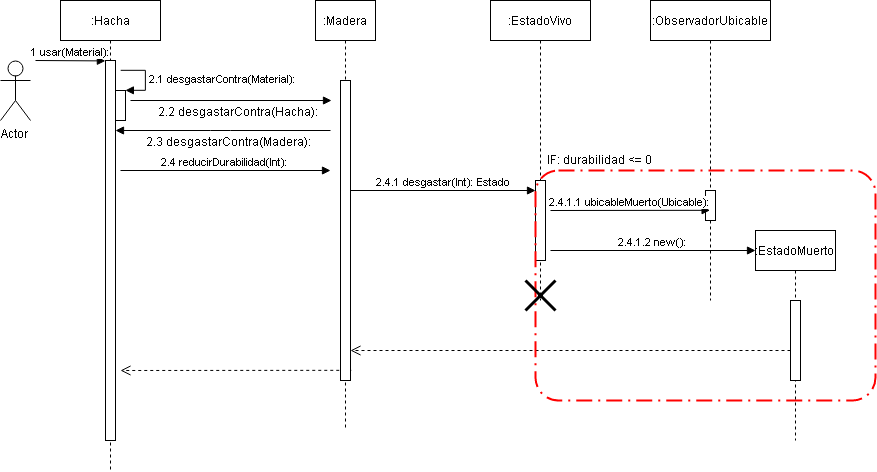
Earlier version of the draw.io export Diagramas UML/secuenciaUsarHachaEnMadera.png (martinaAgata/AlgoCraft). Source tidied: cells renumbered, new cells last; positions are measured from the earlier drawing's top-left corner, leaving out a move shared by most shapes. The source it was exported from:
```xml
<mxGraphModel>
  <root>
    <mxCell id="0" />
    <mxCell id="1" parent="0" />
    <mxCell id="2" value="Actor" style="shape=umlActor;verticalLabelPosition=bottom;labelBackgroundColor=#ffffff;verticalAlign=top;html=1;" parent="1" vertex="1">
      <mxGeometry y="60" width="30" height="60" as="geometry" />
    </mxCell>
    <mxCell id="3" value=":Hacha" style="shape=umlLifeline;perimeter=lifelinePerimeter;whiteSpace=wrap;html=1;" parent="1" vertex="1">
      <mxGeometry x="60" width="100" height="470" as="geometry" />
    </mxCell>
    <mxCell id="4" style="html=1;points=[];perimeter=orthogonalPerimeter;" parent="3" vertex="1">
      <mxGeometry x="45" y="60" width="10" height="380" as="geometry" />
    </mxCell>
    <mxCell id="5" value="1 usar(Material):" style="html=1;verticalAlign=bottom;endArrow=block;entryX=0;entryY=0;" parent="3" edge="1" target="4">
      <mxGeometry relative="1" as="geometry">
        <mxPoint x="-25" y="60" as="sourcePoint" />
      </mxGeometry>
    </mxCell>
    <mxCell id="6" style="html=1;points=[];perimeter=orthogonalPerimeter;" parent="3" vertex="1">
      <mxGeometry x="55" y="90" width="10" height="30" as="geometry" />
    </mxCell>
    <mxCell id="7" value="2.1 desgastarContra(Material):" style="edgeStyle=orthogonalEdgeStyle;html=1;align=left;spacingLeft=2;endArrow=block;rounded=0;entryX=1;entryY=0;" parent="3" edge="1" target="6">
      <mxGeometry relative="1" as="geometry">
        <mxPoint x="60" y="70" as="sourcePoint" />
        <Array as="points">
          <mxPoint x="85" y="70" />
        </Array>
      </mxGeometry>
    </mxCell>
    <mxCell id="8" style="html=1;verticalAlign=bottom;endArrow=block;" parent="3" edge="1">
      <mxGeometry relative="1" as="geometry">
        <mxPoint x="70" y="100" as="sourcePoint" />
        <mxPoint x="271" y="100" as="targetPoint" />
      </mxGeometry>
    </mxCell>
    <mxCell id="9" value="2.2 desgastarContra(Hacha):" style="text;html=1;align=center;verticalAlign=middle;labelBackgroundColor=#ffffff;" parent="8" vertex="1">
      <mxGeometry x="-0.39" y="4" relative="1" as="geometry">
        <mxPoint x="46" y="14.5" as="offset" />
      </mxGeometry>
    </mxCell>
    <mxCell id="10" value="2.4 reducirDurabilidad(Int):" style="html=1;verticalAlign=bottom;endArrow=block;" parent="3" edge="1">
      <mxGeometry relative="1" as="geometry">
        <mxPoint x="60" y="170" as="sourcePoint" />
        <mxPoint x="270" y="170" as="targetPoint" />
      </mxGeometry>
    </mxCell>
    <mxCell id="11" style="html=1;verticalAlign=bottom;endArrow=open;dashed=1;endSize=8;exitX=1.033;exitY=0.967;exitDx=0;exitDy=0;exitPerimeter=0;" parent="3" edge="1" source="13">
      <mxGeometry relative="1" as="geometry">
        <mxPoint x="60" y="370" as="targetPoint" />
      </mxGeometry>
    </mxCell>
    <mxCell id="12" value=":Madera" style="shape=umlLifeline;perimeter=lifelinePerimeter;whiteSpace=wrap;html=1;" parent="1" vertex="1">
      <mxGeometry x="315" width="60" height="430" as="geometry" />
    </mxCell>
    <mxCell id="13" style="html=1;points=[];perimeter=orthogonalPerimeter;" parent="12" vertex="1">
      <mxGeometry x="25" y="80" width="10" height="300" as="geometry" />
    </mxCell>
    <mxCell id="14" value="2.4.1 desgastar(Int): Estado" style="html=1;verticalAlign=bottom;endArrow=block;" parent="12" edge="1" target="19">
      <mxGeometry relative="1" as="geometry">
        <mxPoint x="35" y="190" as="sourcePoint" />
      </mxGeometry>
    </mxCell>
    <mxCell id="15" style="html=1;verticalAlign=bottom;endArrow=open;dashed=1;endSize=8;" parent="12" edge="1" source="24">
      <mxGeometry relative="1" as="geometry">
        <mxPoint x="35" y="350" as="targetPoint" />
      </mxGeometry>
    </mxCell>
    <mxCell id="16" style="html=1;verticalAlign=bottom;endArrow=block;" parent="1" edge="1" target="4">
      <mxGeometry x="0.02" y="100" relative="1" as="geometry">
        <mxPoint x="330" y="130" as="sourcePoint" />
        <Array as="points">
          <mxPoint x="220" y="130" />
        </Array>
      </mxGeometry>
    </mxCell>
    <mxCell id="17" value="2.3 desgastarContra(Madera):" style="text;html=1;align=center;verticalAlign=middle;labelBackgroundColor=#ffffff;" parent="16" vertex="1">
      <mxGeometry x="0.57" y="2" relative="1" as="geometry">
        <mxPoint x="67" y="8" as="offset" />
      </mxGeometry>
    </mxCell>
    <mxCell id="18" value=":EstadoVivo&lt;br&gt;" style="shape=umlLifeline;perimeter=lifelinePerimeter;whiteSpace=wrap;html=1;" parent="1" vertex="1">
      <mxGeometry x="490" width="100" height="300" as="geometry" />
    </mxCell>
    <mxCell id="19" style="html=1;points=[];perimeter=orthogonalPerimeter;" parent="18" vertex="1">
      <mxGeometry x="45" y="180" width="10" height="80" as="geometry" />
    </mxCell>
    <mxCell id="20" style="rounded=1;arcSize=10;dashed=1;strokeColor=#FF0000;fillColor=none;gradientColor=none;dashPattern=8 3 1 3;strokeWidth=2;" parent="1" vertex="1">
      <mxGeometry x="535" y="170" width="340" height="230" as="geometry" />
    </mxCell>
    <mxCell id="21" value="IF: durabilidad &amp;lt;= 0" style="text;html=1;align=left;verticalAlign=top;spacingTop=-4;" parent="1" vertex="1">
      <mxGeometry x="545" y="150" width="120" height="20" as="geometry" />
    </mxCell>
    <mxCell id="22" value="2.4.1.2 new():" style="html=1;verticalAlign=bottom;endArrow=block;" parent="1" edge="1" target="23">
      <mxGeometry relative="1" as="geometry">
        <mxPoint x="550" y="250" as="sourcePoint" />
      </mxGeometry>
    </mxCell>
    <mxCell id="23" value=":EstadoMuerto" style="html=1;points=[];perimeter=orthogonalPerimeter;shape=umlLifeline;participant=label;fontFamily=Helvetica;fontSize=12;fontColor=#000000;align=center;strokeColor=#000000;fillColor=#ffffff;" parent="1" vertex="1">
      <mxGeometry x="755" y="230" width="80" height="210" as="geometry" />
    </mxCell>
    <mxCell id="24" style="html=1;points=[];perimeter=orthogonalPerimeter;" parent="23" vertex="1">
      <mxGeometry x="35" y="70" width="10" height="80" as="geometry" />
    </mxCell>
    <mxCell id="25" style="shape=umlDestroy;whiteSpace=wrap;html=1;strokeWidth=3;" parent="1" vertex="1">
      <mxGeometry x="525" y="280" width="30" height="30" as="geometry" />
    </mxCell>
    <mxCell id="26" value=":ObservadorUbicable" style="shape=umlLifeline;perimeter=lifelinePerimeter;whiteSpace=wrap;html=1;strokeColor=#000000;" parent="1" vertex="1">
      <mxGeometry x="650" width="120" height="300" as="geometry" />
    </mxCell>
    <mxCell id="27" style="html=1;points=[];perimeter=orthogonalPerimeter;strokeColor=#000000;" parent="26" vertex="1">
      <mxGeometry x="55" y="190" width="10" height="30" as="geometry" />
    </mxCell>
    <mxCell id="28" value="2.4.1.1 ubicableMuerto(Ubicable):" style="html=1;verticalAlign=bottom;endArrow=block;entryX=0.5;entryY=0.667;entryDx=0;entryDy=0;entryPerimeter=0;" parent="1" edge="1" target="27">
      <mxGeometry relative="1" as="geometry">
        <mxPoint x="550" y="210" as="sourcePoint" />
      </mxGeometry>
    </mxCell>
  </root>
</mxGraphModel>
```
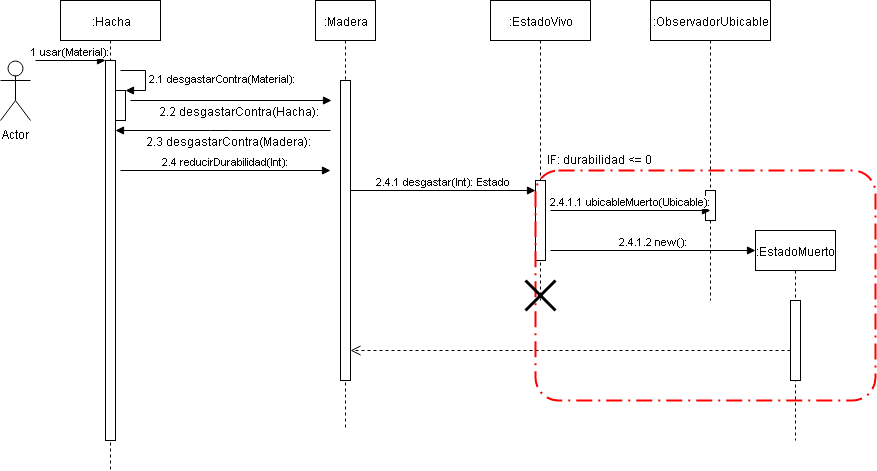
The same diagram one commit later.

Change to the diagram source:
```diff
@@ -44,11 +44,6 @@
         <mxPoint x="270" y="170" as="targetPoint" />
       </mxGeometry>
     </mxCell>
-    <mxCell id="11" style="html=1;verticalAlign=bottom;endArrow=open;dashed=1;endSize=8;exitX=1.033;exitY=0.967;exitDx=0;exitDy=0;exitPerimeter=0;" parent="3" edge="1" source="13">
-      <mxGeometry relative="1" as="geometry">
-        <mxPoint x="60" y="370" as="targetPoint" />
-      </mxGeometry>
-    </mxCell>
     <mxCell id="12" value=":Madera" style="shape=umlLifeline;perimeter=lifelinePerimeter;whiteSpace=wrap;html=1;" parent="1" vertex="1">
       <mxGeometry x="315" width="60" height="430" as="geometry" />
     </mxCell>
```
